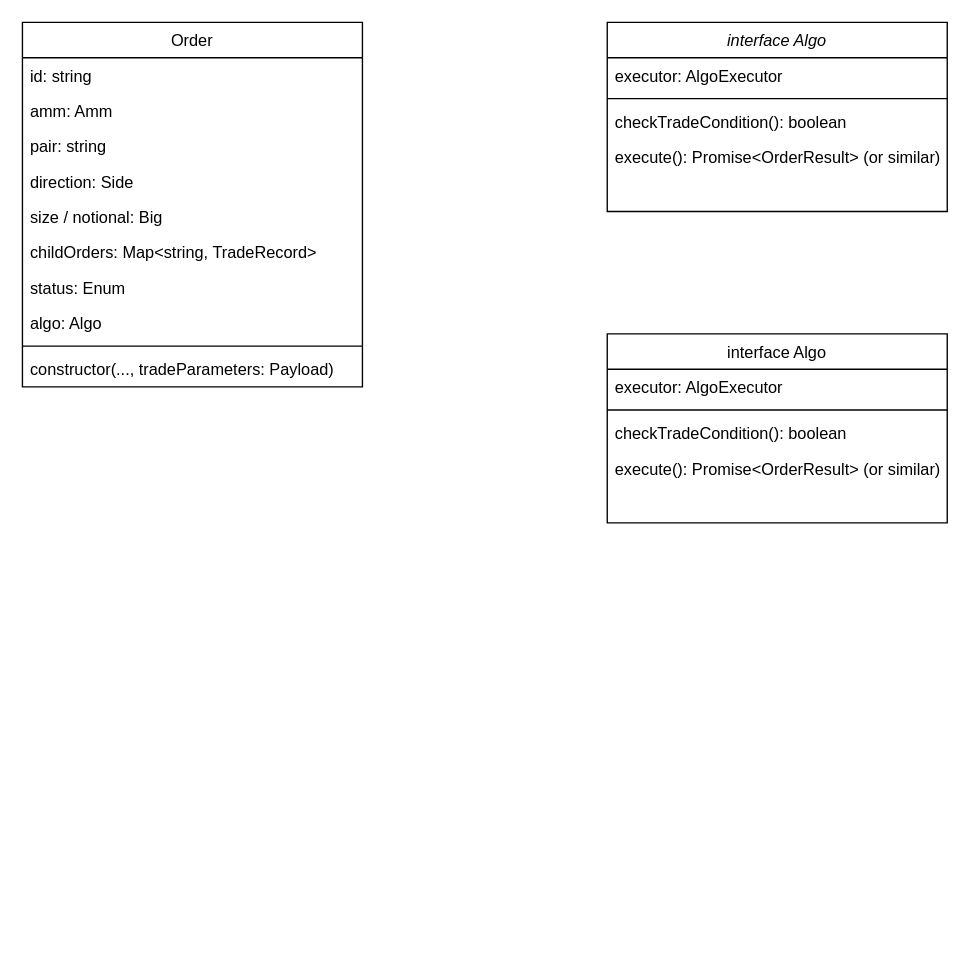
This is design/Class Diagram.drawio from d5shen/interstellar-algos, a draw.io file, before an edit. Source tidied: cells renumbered, new cells numbered last; positions are measured from the earlier drawing's top-left corner, leaving out a move shared by most shapes. Both pictures are drawn from the tidied source at 136%, with x=0, y=0 at pixel (22, 22).
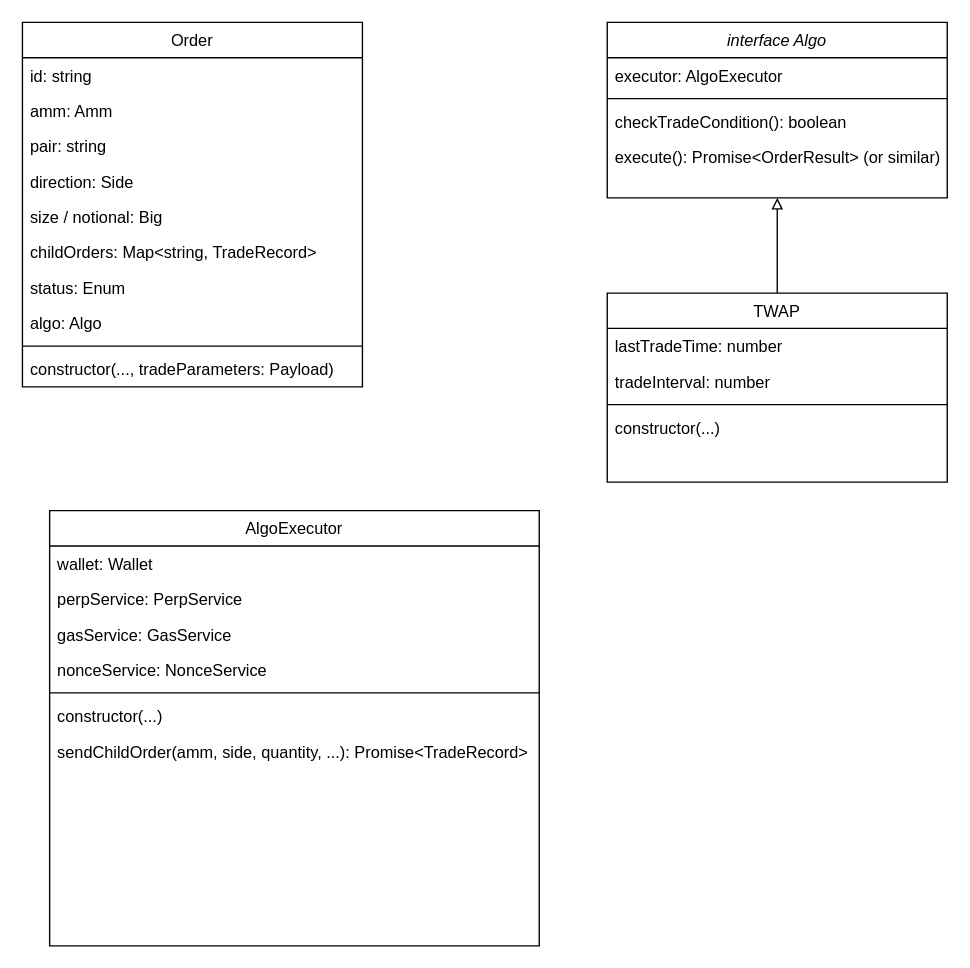
After the change.

Diff of the diagram source:
```diff
@@
+    <mxCell id="23" style="edgeStyle=orthogonalEdgeStyle;rounded=0;jettySize=auto;html=1;endArrow=block;endFill=0;exitX=0.5;exitY=0;exitDx=0;exitDy=0;" parent="1" edge="1" source="18" target="13">
+      <mxGeometry relative="1" as="geometry" />
+    </mxCell>
     <mxCell id="13" value="interface Algo" style="swimlane;fontStyle=2;align=center;verticalAlign=top;horizontal=1;startSize=26;rounded=0;shadow=0;strokeWidth=1;" parent="1" vertex="1">
-      <mxGeometry x="430" width="250" height="139" as="geometry" />
+      <mxGeometry x="430" width="250" height="129" as="geometry" />
     </mxCell>
@@
-    <mxCell id="18" value="interface Algo" style="swimlane;fontStyle=0;align=center;verticalAlign=top;horizontal=1;startSize=26;rounded=0;shadow=0;strokeWidth=1;" parent="1" vertex="1">
-      <mxGeometry x="430" y="229" width="250" height="139" as="geometry" />
+    <mxCell id="18" value="TWAP" style="swimlane;fontStyle=0;align=center;verticalAlign=top;horizontal=1;startSize=26;rounded=0;shadow=0;strokeWidth=1;" parent="1" vertex="1">
+      <mxGeometry x="430" y="199" width="250" height="139" as="geometry" />
     </mxCell>
-    <mxCell id="19" value="executor: AlgoExecutor" style="text;align=left;verticalAlign=top;spacingLeft=4;spacingRight=4;overflow=hidden;rounded=0;shadow=0;html=0;" parent="18" vertex="1">
+    <mxCell id="19" value="lastTradeTime: number" style="text;align=left;verticalAlign=top;spacingLeft=4;spacingRight=4;overflow=hidden;rounded=0;shadow=0;html=0;" parent="18" vertex="1">
       <mxGeometry y="26" width="250" height="26" as="geometry" />
     </mxCell>
+    <mxCell id="24" value="tradeInterval: number" style="text;align=left;verticalAlign=top;spacingLeft=4;spacingRight=4;overflow=hidden;rounded=0;shadow=0;html=0;" parent="18" vertex="1">
+      <mxGeometry y="52" width="250" height="26" as="geometry" />
+    </mxCell>
     <mxCell id="20" style="line;html=1;strokeWidth=1;align=left;verticalAlign=middle;spacingTop=-1;spacingLeft=3;spacingRight=3;labelPosition=right;" parent="18" vertex="1">
-      <mxGeometry y="52" width="250" height="8" as="geometry" />
+      <mxGeometry y="78" width="250" height="8" as="geometry" />
     </mxCell>
-    <mxCell id="21" value="checkTradeCondition(): boolean" style="text;align=left;verticalAlign=top;spacingLeft=4;spacingRight=4;overflow=hidden;rounded=0;shadow=0;html=0;" parent="18" vertex="1">
-      <mxGeometry y="60" width="250" height="26" as="geometry" />
-    </mxCell>
-    <mxCell id="22" value="execute(): Promise&lt;OrderResult&gt; (or similar)" style="text;align=left;verticalAlign=top;spacingLeft=4;spacingRight=4;overflow=hidden;rounded=0;shadow=0;html=0;" parent="18" vertex="1">
-      <mxGeometry y="86" width="250" height="26" as="geometry" />
-    </mxCell>
+    <mxCell id="25" value="constructor(...)" style="text;align=left;verticalAlign=top;spacingLeft=4;spacingRight=4;overflow=hidden;rounded=0;shadow=0;html=0;" parent="18" vertex="1">
+      <mxGeometry y="86" width="250" height="26" as="geometry" />
+    </mxCell>
+    <mxCell id="26" value="AlgoExecutor" style="swimlane;fontStyle=0;align=center;verticalAlign=top;horizontal=1;startSize=26;rounded=0;shadow=0;strokeWidth=1;" parent="1" vertex="1">
+      <mxGeometry x="20" y="359" width="360" height="320" as="geometry" />
+    </mxCell>
+    <mxCell id="27" value="wallet: Wallet" style="text;align=left;verticalAlign=top;spacingLeft=4;spacingRight=4;overflow=hidden;" parent="26" vertex="1">
+      <mxGeometry y="26" width="360" height="26" as="geometry" />
+    </mxCell>
+    <mxCell id="28" value="perpService: PerpService" style="text;align=left;verticalAlign=top;spacingLeft=4;spacingRight=4;overflow=hidden;" parent="26" vertex="1">
+      <mxGeometry y="52" width="360" height="26" as="geometry" />
+    </mxCell>
+    <mxCell id="29" value="gasService: GasService" style="text;align=left;verticalAlign=top;spacingLeft=4;spacingRight=4;overflow=hidden;rounded=0;shadow=0;html=0;" parent="26" vertex="1">
+      <mxGeometry y="78" width="360" height="26" as="geometry" />
+    </mxCell>
+    <mxCell id="30" value="nonceService: NonceService" style="text;align=left;verticalAlign=top;spacingLeft=4;spacingRight=4;overflow=hidden;rounded=0;shadow=0;html=0;" parent="26" vertex="1">
+      <mxGeometry y="104" width="360" height="26" as="geometry" />
+    </mxCell>
+    <mxCell id="31" style="line;html=1;strokeWidth=1;align=left;verticalAlign=middle;spacingTop=-1;spacingLeft=3;spacingRight=3;labelPosition=right;" parent="26" vertex="1">
+      <mxGeometry y="130" width="360" height="8" as="geometry" />
+    </mxCell>
+    <mxCell id="32" value="constructor(...)" style="text;align=left;verticalAlign=top;spacingLeft=4;spacingRight=4;overflow=hidden;rounded=0;shadow=0;html=0;" parent="26" vertex="1">
+      <mxGeometry y="138" width="360" height="26" as="geometry" />
+    </mxCell>
+    <mxCell id="33" value="sendChildOrder(amm, side, quantity, ...): Promise&lt;TradeRecord&gt;" style="text;align=left;verticalAlign=top;spacingLeft=4;spacingRight=4;overflow=hidden;rounded=0;shadow=0;html=0;" parent="26" vertex="1">
+      <mxGeometry y="164" width="360" height="26" as="geometry" />
+    </mxCell>
```
